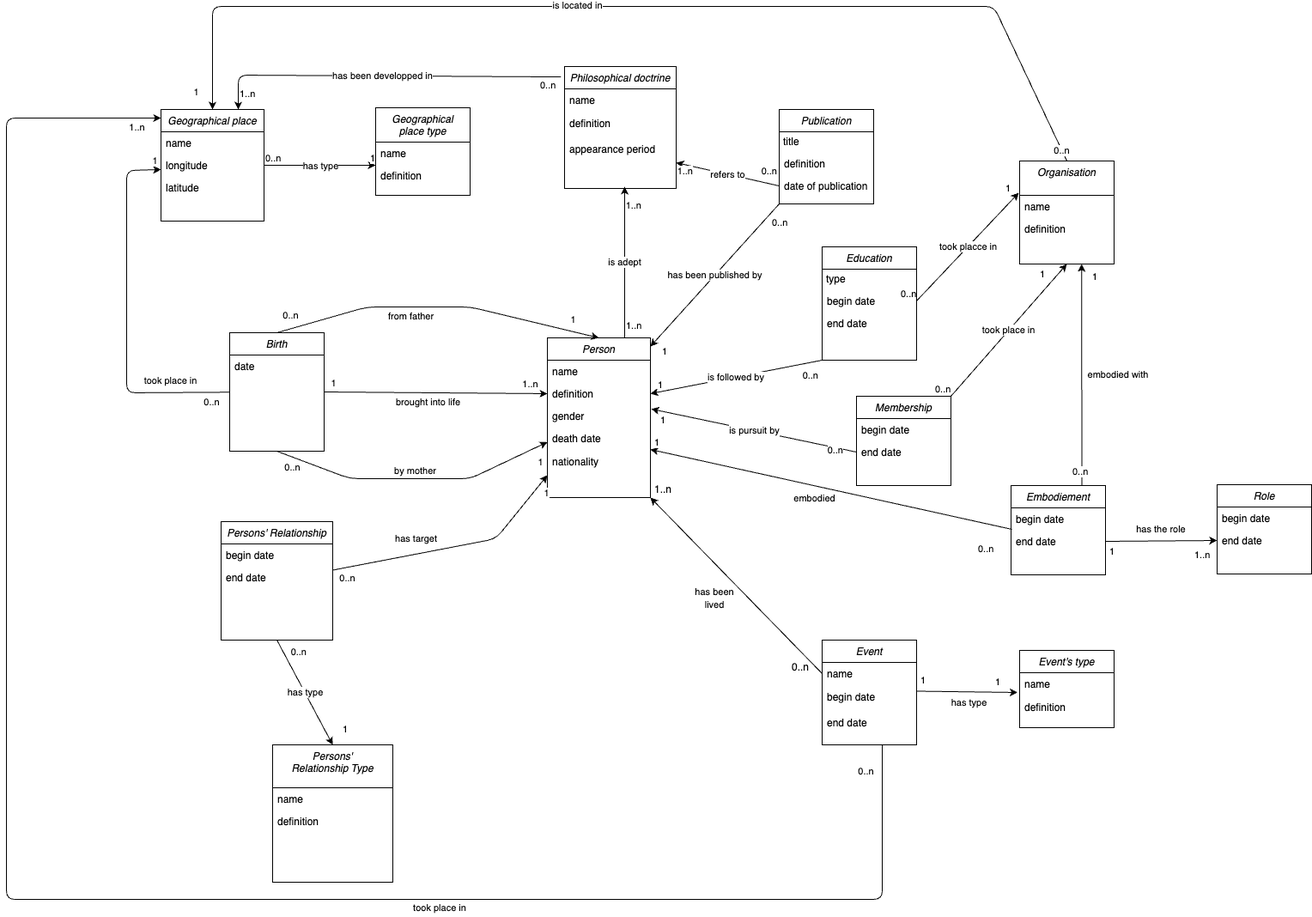
Before: MCD_to_database_example.png, a diagram exported from draw.io (guidepury/political_philosophers). Source tidied: cells renumbered, new cells last; positions are measured from the earlier drawing's top-left corner, leaving out a move shared by most shapes.
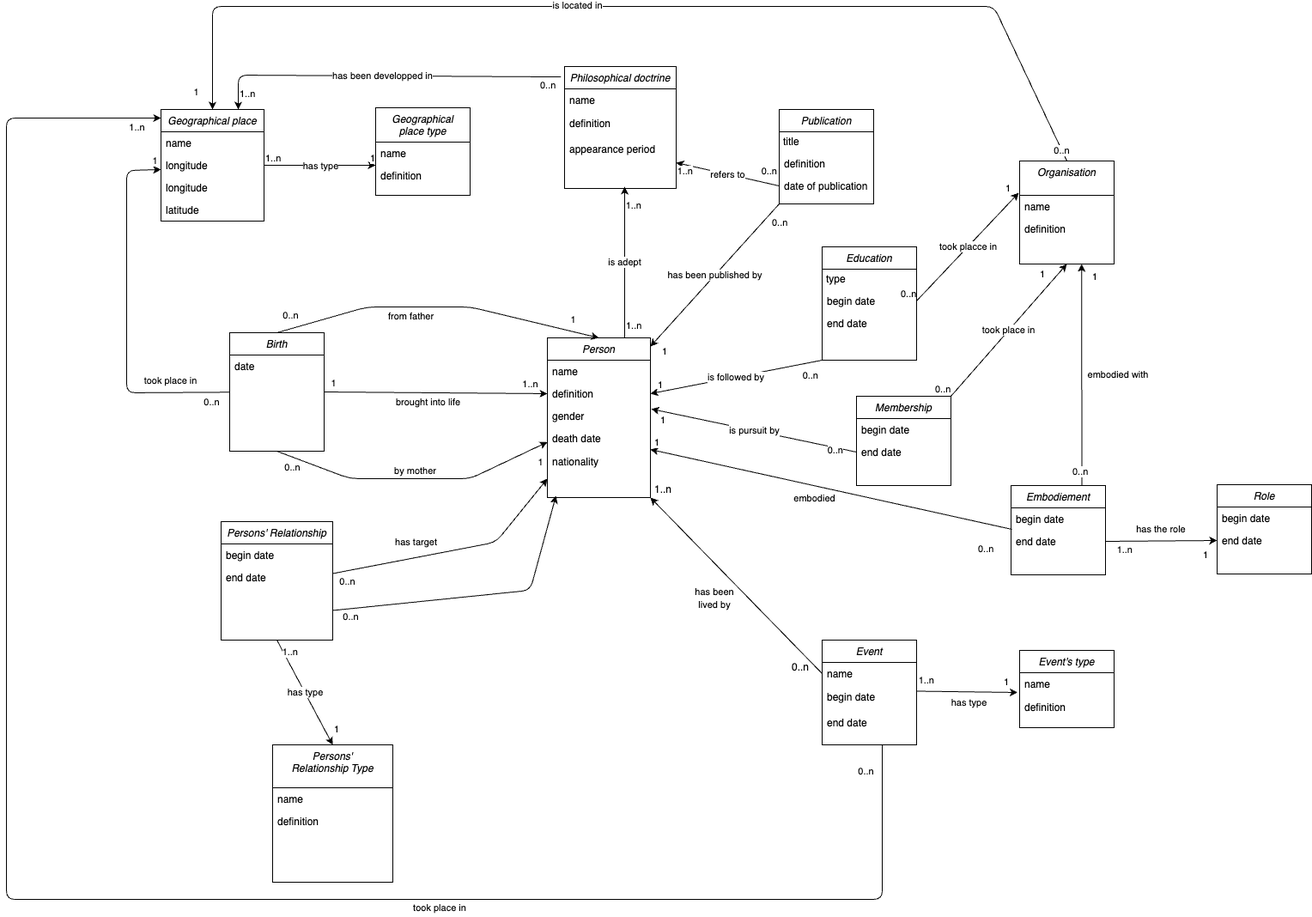
After the commit.

Commit message:
Mise à jour du MC 4.12 png

Change to the diagram source:
```diff
@@ -44,8 +44,11 @@
     <mxCell id="14" value="longitude" style="text;align=left;verticalAlign=top;spacingLeft=4;spacingRight=4;overflow=hidden;rounded=0;shadow=0;html=0;" parent="12" vertex="1">
       <mxGeometry y="52" width="120" height="26" as="geometry" />
     </mxCell>
+    <mxCell id="151" value="longitude" style="text;align=left;verticalAlign=top;spacingLeft=4;spacingRight=4;overflow=hidden;rounded=0;shadow=0;html=0;" parent="12" vertex="1">
+      <mxGeometry y="78" width="120" height="26" as="geometry" />
+    </mxCell>
     <mxCell id="15" value="latitude" style="text;align=left;verticalAlign=top;spacingLeft=4;spacingRight=4;overflow=hidden;rounded=0;shadow=0;html=0;" parent="12" vertex="1">
-      <mxGeometry y="78" width="120" height="26" as="geometry" />
+      <mxGeometry y="104" width="120" height="26" as="geometry" />
     </mxCell>
     <mxCell id="16" style="endArrow=classic;html=1;exitX=1;exitY=0.5;exitDx=0;exitDy=0;" parent="1" edge="1">
       <mxGeometry x="0.07" y="-35" relative="1" as="geometry">
@@ -56,7 +59,7 @@
     <mxCell id="17" value="has type" style="edgeLabel;html=1;align=center;verticalAlign=middle;" parent="16" vertex="1">
       <mxGeometry relative="1" as="geometry" />
     </mxCell>
-    <mxCell id="18" value="0..n" style="edgeLabel;html=1;align=left;verticalAlign=bottom;" parent="16" vertex="1">
+    <mxCell id="18" value="1..n" style="edgeLabel;html=1;align=left;verticalAlign=bottom;" parent="16" vertex="1">
       <mxGeometry x="-1" relative="1" as="geometry" />
     </mxCell>
     <mxCell id="19" value="1" style="edgeLabel;html=1;align=right;verticalAlign=bottom;" parent="16" vertex="1">
@@ -140,6 +143,14 @@
     <mxCell id="36" style="text;align=left;verticalAlign=top;spacingLeft=4;spacingRight=4;overflow=hidden;rounded=0;shadow=0;html=0;" parent="32" vertex="1">
       <mxGeometry y="78" width="110" height="26" as="geometry" />
     </mxCell>
+    <mxCell id="152" style="edgeStyle=none;html=1;exitX=1;exitY=0.75;exitDx=0;exitDy=0;fontColor=#FF3333;" parent="1" edge="1" source="37">
+      <mxGeometry relative="1" as="geometry">
+        <mxPoint x="640" y="570" as="targetPoint" />
+        <Array as="points">
+          <mxPoint x="610" y="680" />
+        </Array>
+      </mxGeometry>
+    </mxCell>
     <mxCell id="37" value="Persons' Relationship" style="swimlane;fontStyle=2;align=center;verticalAlign=top;horizontal=1;startSize=26;rounded=0;shadow=0;strokeWidth=1;" parent="1" vertex="1">
       <mxGeometry x="250" y="600" width="130" height="138" as="geometry" />
     </mxCell>
@@ -160,12 +171,12 @@
     </mxCell>
     <mxCell id="43" value="1" style="edgeLabel;html=1;align=left;verticalAlign=bottom;" parent="41" vertex="1">
       <mxGeometry x="-1" relative="1" as="geometry">
-        <mxPoint x="75" y="112" as="offset" />
+        <mxPoint x="65" y="112" as="offset" />
       </mxGeometry>
     </mxCell>
-    <mxCell id="44" value="0..n" style="edgeLabel;html=1;align=right;verticalAlign=bottom;" parent="41" vertex="1">
+    <mxCell id="44" value="1..n" style="edgeLabel;html=1;align=right;verticalAlign=bottom;" parent="41" vertex="1">
       <mxGeometry x="1" relative="1" as="geometry">
-        <mxPoint x="-30" y="-100" as="offset" />
+        <mxPoint x="-40" y="-100" as="offset" />
       </mxGeometry>
     </mxCell>
     <mxCell id="45" value="Persons' &#10;Relationship Type" style="swimlane;fontStyle=2;align=center;verticalAlign=top;horizontal=1;startSize=50;rounded=0;shadow=0;strokeWidth=1;" parent="1" vertex="1">
@@ -254,10 +265,12 @@
         <mxPoint x="-7" y="-15" as="offset" />
       </mxGeometry>
     </mxCell>
-    <mxCell id="65" style="endArrow=classic;html=1;entryX=0;entryY=1;entryDx=0;entryDy=0;" parent="1" edge="1" source="37" target="7">
+    <mxCell id="65" style="endArrow=classic;html=1;entryX=0;entryY=1;entryDx=0;entryDy=0;" parent="1" edge="1">
       <mxGeometry relative="1" as="geometry">
+        <mxPoint x="380" y="660.5" as="sourcePoint" />
+        <mxPoint x="630" y="550" as="targetPoint" />
         <Array as="points">
-          <mxPoint x="570" y="620" />
+          <mxPoint x="570" y="624" />
         </Array>
       </mxGeometry>
     </mxCell>
@@ -266,9 +279,9 @@
         <mxPoint x="-45" y="-10" as="offset" />
       </mxGeometry>
     </mxCell>
-    <mxCell id="67" value="1" style="edgeLabel;html=1;align=center;verticalAlign=middle;" parent="65" vertex="1">
+    <mxCell id="67" value="&lt;font color=&quot;#ffffff&quot;&gt;1&lt;/font&gt;" style="edgeLabel;html=1;align=center;verticalAlign=middle;" parent="65" vertex="1">
       <mxGeometry x="0.89" y="-1" relative="1" as="geometry">
-        <mxPoint x="8" y="8" as="offset" />
+        <mxPoint y="16" as="offset" />
       </mxGeometry>
     </mxCell>
     <mxCell id="68" value="0..n" style="edgeLabel;html=1;align=center;verticalAlign=middle;" parent="65" vertex="1">
@@ -294,7 +307,7 @@
     <mxCell id="73" value="end date" style="text;strokeColor=none;align=left;fillColor=none;html=1;verticalAlign=middle;whiteSpace=wrap;rounded=0;shadow=0;spacingLeft=4;" parent="69" vertex="1">
       <mxGeometry y="82" width="110" height="30" as="geometry" />
     </mxCell>
-    <mxCell id="74" value="&lt;font style=&quot;font-size: 11px;&quot;&gt;has been lived&lt;/font&gt;" style="text;strokeColor=none;align=center;fillColor=none;html=1;verticalAlign=middle;whiteSpace=wrap;rounded=0;shadow=0;" parent="1" vertex="1">
+    <mxCell id="74" value="&lt;font style=&quot;font-size: 11px;&quot;&gt;has been lived by&lt;/font&gt;" style="text;strokeColor=none;align=center;fillColor=none;html=1;verticalAlign=middle;whiteSpace=wrap;rounded=0;shadow=0;" parent="1" vertex="1">
       <mxGeometry x="800" y="680" width="50" height="18" as="geometry" />
     </mxCell>
     <mxCell id="75" value="0..n" style="text;strokeColor=none;align=center;fillColor=none;html=1;verticalAlign=middle;whiteSpace=wrap;rounded=0;shadow=0;" parent="1" vertex="1">
@@ -492,10 +505,10 @@
       <mxGeometry x="1120" y="810" as="geometry" />
     </mxCell>
     <mxCell id="122" value="1" style="edgeLabel;html=1;align=left;verticalAlign=bottom;" parent="1" vertex="1">
-      <mxGeometry x="1150" y="795" as="geometry" />
+      <mxGeometry x="1160" y="795" as="geometry" />
     </mxCell>
-    <mxCell id="123" value="1" style="edgeLabel;html=1;align=right;verticalAlign=bottom;" parent="1" vertex="1">
-      <mxGeometry x="1090" y="795" as="geometry">
+    <mxCell id="123" value="1..n" style="edgeLabel;html=1;align=right;verticalAlign=bottom;" parent="1" vertex="1">
+      <mxGeometry x="1100" y="795" as="geometry">
         <mxPoint x="-19" y="-2" as="offset" />
       </mxGeometry>
     </mxCell>
@@ -562,17 +575,17 @@
     <mxCell id="142" value="&lt;span style=&quot;font-size: 11px;&quot;&gt;embodied with&lt;/span&gt;" style="text;strokeColor=none;align=center;fillColor=none;html=1;verticalAlign=middle;whiteSpace=wrap;rounded=0;shadow=0;" parent="1" vertex="1">
       <mxGeometry x="1250" y="420" width="90" height="18" as="geometry" />
     </mxCell>
-    <mxCell id="143" value="1..n" style="edgeLabel;html=1;align=left;verticalAlign=bottom;" parent="1" vertex="1">
-      <mxGeometry x="1390" y="640" as="geometry">
+    <mxCell id="143" value="1" style="edgeLabel;html=1;align=left;verticalAlign=bottom;" parent="1" vertex="1">
+      <mxGeometry x="1400" y="640" as="geometry">
         <mxPoint x="-8" y="7" as="offset" />
       </mxGeometry>
     </mxCell>
     <mxCell id="144" value="&lt;span style=&quot;font-size: 11px;&quot;&gt;has the role&lt;br&gt;&lt;/span&gt;" style="text;strokeColor=none;align=center;fillColor=none;html=1;verticalAlign=middle;whiteSpace=wrap;rounded=0;shadow=0;" parent="1" vertex="1">
       <mxGeometry x="1290" y="600" width="110" height="18" as="geometry" />
     </mxCell>
-    <mxCell id="145" value="1" style="edgeLabel;html=1;align=right;verticalAlign=bottom;" parent="1" vertex="1">
-      <mxGeometry x="1280" y="630" as="geometry">
-        <mxPoint x="11" y="13" as="offset" />
+    <mxCell id="145" value="1..n" style="edgeLabel;html=1;align=right;verticalAlign=bottom;" parent="1" vertex="1">
+      <mxGeometry x="1310" y="630" as="geometry">
+        <mxPoint x="2" y="11" as="offset" />
       </mxGeometry>
     </mxCell>
     <mxCell id="146" value="0..n" style="edgeLabel;html=1;align=right;verticalAlign=bottom;" parent="1" vertex="1">
@@ -592,5 +605,14 @@
     <mxCell id="150" value="&lt;font style=&quot;font-size: 11px;&quot;&gt;1..n&lt;/font&gt;" style="text;html=1;align=center;verticalAlign=middle;strokeColor=none;fillColor=none;" parent="1" vertex="1">
       <mxGeometry x="590" y="425" width="40" height="30" as="geometry" />
     </mxCell>
+    <mxCell id="153" value="&lt;font color=&quot;#ffffff&quot;&gt;has source&lt;br&gt;&lt;/font&gt;" style="text;html=1;align=center;verticalAlign=middle;strokeColor=none;fillColor=none;fontColor=#FF3333;" parent="1" vertex="1">
+      <mxGeometry x="550" y="680" width="80" height="30" as="geometry" />
+    </mxCell>
+    <mxCell id="154" value="0..n" style="edgeLabel;html=1;align=center;verticalAlign=middle;" parent="1" vertex="1">
+      <mxGeometry x="400" y="710" as="geometry" />
+    </mxCell>
+    <mxCell id="155" value="&lt;font color=&quot;#ffffff&quot;&gt;1&lt;/font&gt;" style="edgeLabel;html=1;align=center;verticalAlign=middle;" parent="1" vertex="1">
+      <mxGeometry x="650" y="590" as="geometry" />
+    </mxCell>
   </root>
 </mxGraphModel>
```
